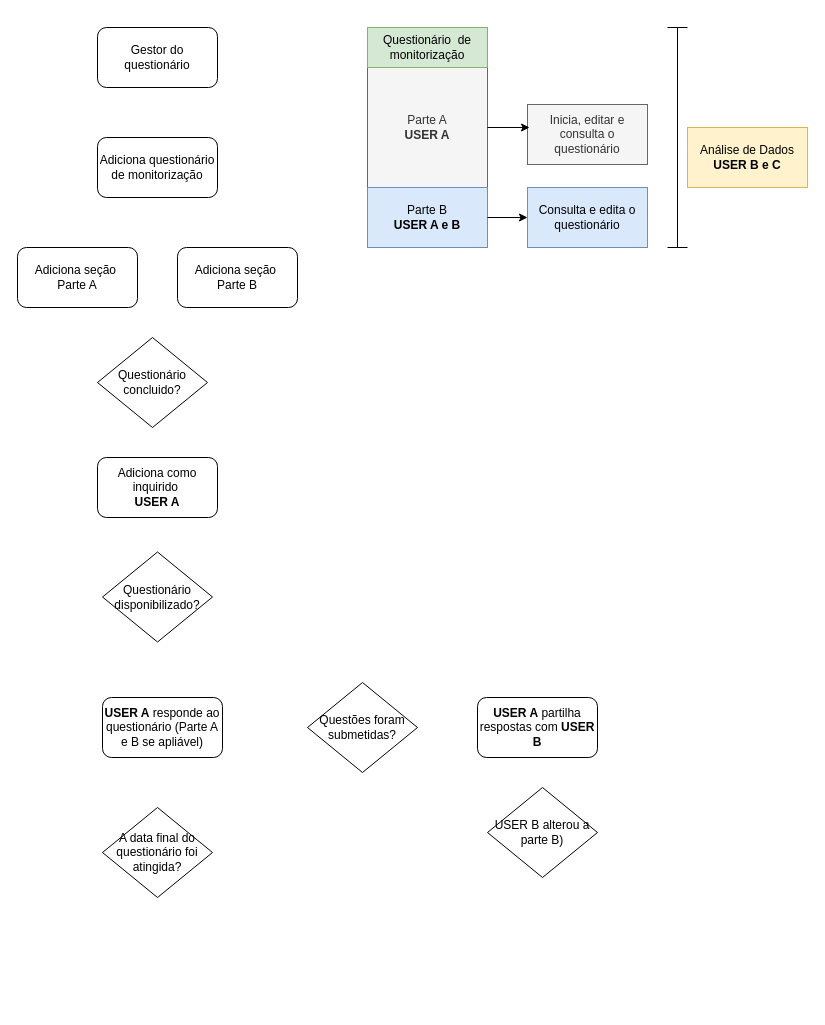
This is Diagrama sem nome.drawio from eugenianarciso/diagrams_dd, a draw.io file, before an edit. Source tidied: cells renumbered, new cells numbered last; positions are measured from the earlier drawing's top-left corner, leaving out a move shared by most shapes. Both pictures are drawn from the tidied source at 100%, with x=0, y=0 at pixel (17, 27).
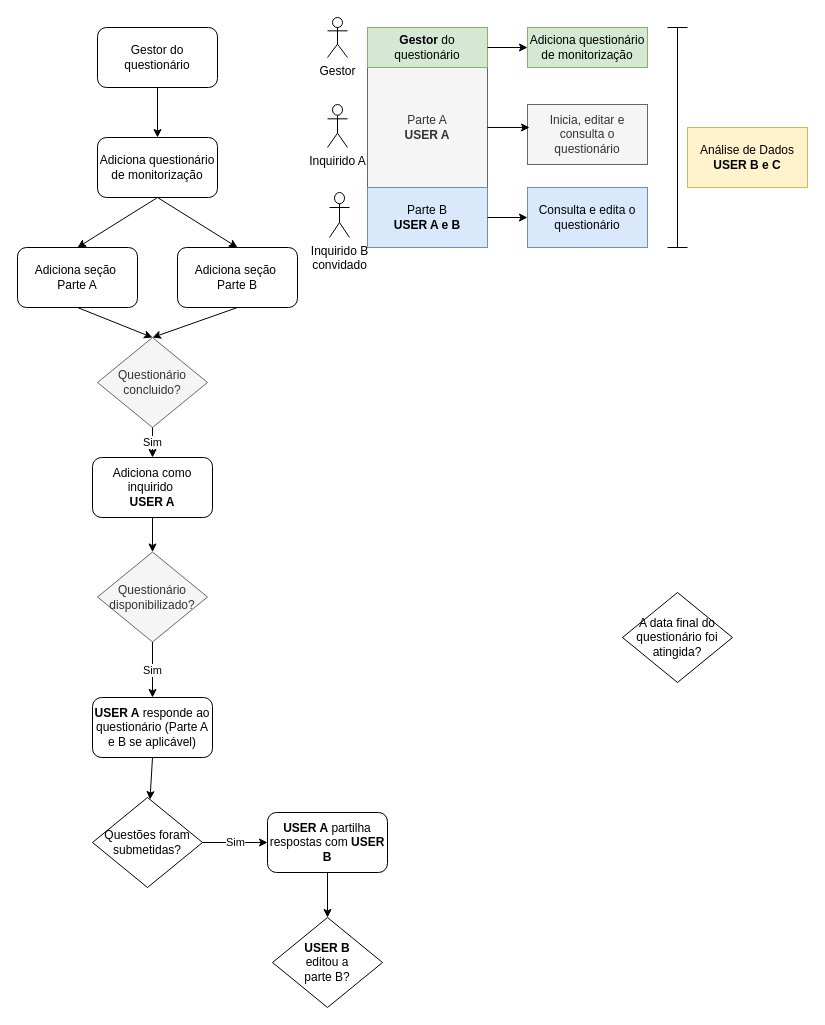
The same diagram, later.

Commit message:
Questionario_upgrade

The change refers to these unchanged cells:
```xml
<mxCell id="9" value="Gestor do questionário" style="rounded=1;whiteSpace=wrap;html=1;" parent="1" vertex="1">
  <mxGeometry x="80" width="120" height="60" as="geometry" />
</mxCell>
<mxCell id="10" value="Adiciona questionário de monitorização" style="rounded=1;whiteSpace=wrap;html=1;" parent="1" vertex="1">
  <mxGeometry x="80" y="110" width="120" height="60" as="geometry" />
</mxCell>
<mxCell id="11" value="Adiciona seção&amp;nbsp;&lt;br&gt;Parte A" style="rounded=1;whiteSpace=wrap;html=1;" parent="1" vertex="1">
  <mxGeometry y="220" width="120" height="60" as="geometry" />
</mxCell>
<mxCell id="12" value="Adiciona seção&amp;nbsp;&lt;br&gt;Parte B" style="rounded=1;whiteSpace=wrap;html=1;" parent="1" vertex="1">
  <mxGeometry x="160" y="220" width="120" height="60" as="geometry" />
</mxCell>
```

What changed in the source:
```diff
@@
-    <mxCell id="4" value="Questionário&amp;nbsp; de monitorização" style="text;html=1;strokeColor=#82b366;fillColor=#d5e8d4;align=center;verticalAlign=middle;whiteSpace=wrap;rounded=0;" parent="1" vertex="1">
-      <mxGeometry x="350" width="120" height="40" as="geometry" />
+    <mxCell id="4" value="Adiciona questionário de monitorização" style="text;html=1;strokeColor=#82b366;fillColor=#d5e8d4;align=center;verticalAlign=middle;whiteSpace=wrap;rounded=0;" parent="1" vertex="1">
+      <mxGeometry x="510" width="120" height="40" as="geometry" />
     </mxCell>
@@
-    <mxCell id="13" value="Questionário concluido?" style="rhombus;whiteSpace=wrap;html=1;" parent="1" vertex="1">
+    <mxCell id="13" value="Questionário concluido?" style="rhombus;whiteSpace=wrap;html=1;fillColor=#f5f5f5;fontColor=#333333;strokeColor=#666666;" parent="1" vertex="1">
       <mxGeometry x="80" y="310" width="110" height="90" as="geometry" />
     </mxCell>
     <mxCell id="14" value="Adiciona como inquirido&amp;nbsp;&lt;br&gt;&lt;b&gt;USER A&lt;/b&gt;" style="rounded=1;whiteSpace=wrap;html=1;" parent="1" vertex="1">
-      <mxGeometry x="80" y="430" width="120" height="60" as="geometry" />
+      <mxGeometry x="75" y="430" width="120" height="60" as="geometry" />
     </mxCell>
@@
-    <mxCell id="17" value="Questionário disponibilizado?" style="rhombus;whiteSpace=wrap;html=1;" parent="1" vertex="1">
-      <mxGeometry x="85" y="524.5" width="110" height="90" as="geometry" />
+    <mxCell id="17" value="Questionário disponibilizado?" style="rhombus;whiteSpace=wrap;html=1;fillColor=#f5f5f5;fontColor=#333333;strokeColor=#666666;" parent="1" vertex="1">
+      <mxGeometry x="80" y="524.5" width="110" height="90" as="geometry" />
     </mxCell>
-    <mxCell id="18" value="&lt;b&gt;USER A&lt;/b&gt; responde ao questionário (Parte A e B se apliável)" style="rounded=1;whiteSpace=wrap;html=1;" parent="1" vertex="1">
-      <mxGeometry x="85" y="670" width="120" height="60" as="geometry" />
+    <mxCell id="18" value="&lt;b&gt;USER A&lt;/b&gt; responde ao questionário (Parte A e B se aplicável)" style="rounded=1;whiteSpace=wrap;html=1;" parent="1" vertex="1">
+      <mxGeometry x="75" y="670" width="120" height="60" as="geometry" />
     </mxCell>
     <mxCell id="19" value="A data final do questionário foi atingida?" style="rhombus;whiteSpace=wrap;html=1;" parent="1" vertex="1">
-      <mxGeometry x="85" y="780" width="110" height="90" as="geometry" />
+      <mxGeometry x="605" y="565" width="110" height="90" as="geometry" />
     </mxCell>
     <mxCell id="20" value="&lt;b&gt;USER A&lt;/b&gt; partilha respostas com &lt;b&gt;USER B&lt;/b&gt;" style="rounded=1;whiteSpace=wrap;html=1;" parent="1" vertex="1">
-      <mxGeometry x="460" y="670" width="120" height="60" as="geometry" />
+      <mxGeometry x="250" y="785" width="120" height="60" as="geometry" />
     </mxCell>
     <mxCell id="21" value="Questões foram submetidas?" style="rhombus;whiteSpace=wrap;html=1;" parent="1" vertex="1">
-      <mxGeometry x="290" y="655" width="110" height="90" as="geometry" />
+      <mxGeometry x="75" y="770" width="110" height="90" as="geometry" />
     </mxCell>
-    <mxCell id="22" value="USER B alterou a parte B)" style="rhombus;whiteSpace=wrap;html=1;" parent="1" vertex="1">
-      <mxGeometry x="470" y="760" width="110" height="90" as="geometry" />
+    <mxCell id="22" value="&lt;b&gt;USER B &lt;/b&gt;&lt;br&gt;editou a &lt;br&gt;parte B?" style="rhombus;whiteSpace=wrap;html=1;" parent="1" vertex="1">
+      <mxGeometry x="255" y="890" width="110" height="90" as="geometry" />
     </mxCell>
+    <mxCell id="23" style="endArrow=classic;html=1;rounded=0;" parent="1" edge="1" source="9" target="10">
+      <mxGeometry relative="1" as="geometry" />
+    </mxCell>
+    <mxCell id="24" style="endArrow=classic;html=1;rounded=0;exitX=0.5;exitY=1;exitDx=0;exitDy=0;entryX=0.5;entryY=0;entryDx=0;entryDy=0;" parent="1" edge="1" source="10" target="11">
+      <mxGeometry relative="1" as="geometry" />
+    </mxCell>
+    <mxCell id="25" style="endArrow=classic;html=1;rounded=0;exitX=0.5;exitY=1;exitDx=0;exitDy=0;entryX=0.5;entryY=0;entryDx=0;entryDy=0;" parent="1" edge="1" source="10" target="12">
+      <mxGeometry relative="1" as="geometry" />
+    </mxCell>
+    <mxCell id="26" style="endArrow=classic;html=1;rounded=0;entryX=0.5;entryY=0;entryDx=0;entryDy=0;exitX=0.5;exitY=1;exitDx=0;exitDy=0;" parent="1" edge="1" source="11" target="13">
+      <mxGeometry relative="1" as="geometry" />
+    </mxCell>
+    <mxCell id="27" style="endArrow=classic;html=1;rounded=0;exitX=0.5;exitY=1;exitDx=0;exitDy=0;entryX=0.5;entryY=0;entryDx=0;entryDy=0;" parent="1" edge="1" source="12" target="13">
+      <mxGeometry relative="1" as="geometry" />
+    </mxCell>
+    <mxCell id="28" value="Sim" style="endArrow=classic;html=1;rounded=0;exitX=0.5;exitY=1;exitDx=0;exitDy=0;" parent="1" edge="1" source="13" target="14">
+      <mxGeometry relative="1" as="geometry" />
+    </mxCell>
+    <mxCell id="29" style="endArrow=classic;html=1;rounded=0;exitX=0.5;exitY=1;exitDx=0;exitDy=0;entryX=0.5;entryY=0;entryDx=0;entryDy=0;" parent="1" edge="1" source="14" target="17">
+      <mxGeometry relative="1" as="geometry" />
+    </mxCell>
+    <mxCell id="30" value="Sim" style="endArrow=classic;html=1;rounded=0;exitX=0.5;exitY=1;exitDx=0;exitDy=0;" parent="1" edge="1" source="17" target="18">
+      <mxGeometry relative="1" as="geometry" />
+    </mxCell>
+    <mxCell id="31" style="endArrow=classic;html=1;rounded=0;exitX=0.5;exitY=1;exitDx=0;exitDy=0;" parent="1" edge="1" source="18" target="21">
+      <mxGeometry relative="1" as="geometry" />
+    </mxCell>
+    <mxCell id="32" value="Sim" style="endArrow=classic;html=1;rounded=0;exitX=1;exitY=0.5;exitDx=0;exitDy=0;" parent="1" edge="1" source="21" target="20">
+      <mxGeometry relative="1" as="geometry" />
+    </mxCell>
+    <mxCell id="33" style="endArrow=classic;html=1;rounded=0;exitX=0.5;exitY=1;exitDx=0;exitDy=0;entryX=0.5;entryY=0;entryDx=0;entryDy=0;" parent="1" edge="1" source="20" target="22">
+      <mxGeometry relative="1" as="geometry" />
+    </mxCell>
+    <mxCell id="34" value="&lt;b&gt;Gestor&lt;/b&gt; do questionário" style="text;html=1;strokeColor=#82b366;fillColor=#d5e8d4;align=center;verticalAlign=middle;whiteSpace=wrap;rounded=0;" parent="1" vertex="1">
+      <mxGeometry x="350" width="120" height="40" as="geometry" />
+    </mxCell>
+    <mxCell id="35" style="endArrow=classic;html=1;rounded=0;exitX=1;exitY=0.5;exitDx=0;exitDy=0;" parent="1" edge="1" source="34" target="4">
+      <mxGeometry relative="1" as="geometry" />
+    </mxCell>
+    <mxCell id="36" value="Gestor" style="shape=umlActor;verticalLabelPosition=bottom;verticalAlign=top;html=1;fillStyle=dashed;gradientColor=none;" parent="1" vertex="1">
+      <mxGeometry x="310" y="-10" width="20" height="40" as="geometry" />
+    </mxCell>
+    <mxCell id="37" value="Inquirido A" style="shape=umlActor;verticalLabelPosition=bottom;verticalAlign=top;html=1;fillStyle=dashed;gradientColor=none;" parent="1" vertex="1">
+      <mxGeometry x="310" y="77" width="20" height="43" as="geometry" />
+    </mxCell>
+    <mxCell id="38" value="Inquirido B&lt;br&gt;convidado" style="shape=umlActor;verticalLabelPosition=bottom;verticalAlign=top;html=1;fillStyle=dashed;gradientColor=none;" parent="1" vertex="1">
+      <mxGeometry x="312" y="165" width="20" height="45" as="geometry" />
+    </mxCell>
```
